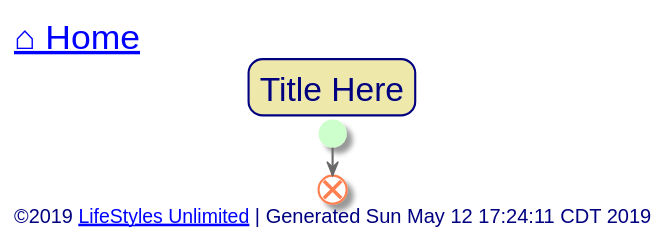
toddmo/lifestylesunlimited keeps this PlantUML diagram as out/src/common/name-here.svg. Above is the earlier version.
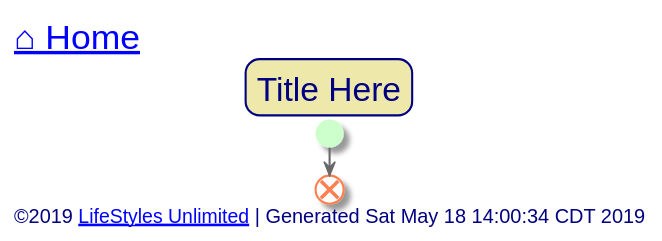
Later version of the same file.

What changed in the source:
```diff
@@ -87,7 +87,7 @@
 
 
 left footer
-	<font size=14>©2019 [[http://www.lifestylesunlimited.com LifeStyles Unlimited]] | Generated Sun May 12 17:24:11 CDT 2019</font>
+	<font size=14>©2019 [[http://www.lifestylesunlimited.com LifeStyles Unlimited]] | Generated Sat May 18 14:00:34 CDT 2019</font>
 endfooter
 
 
```
